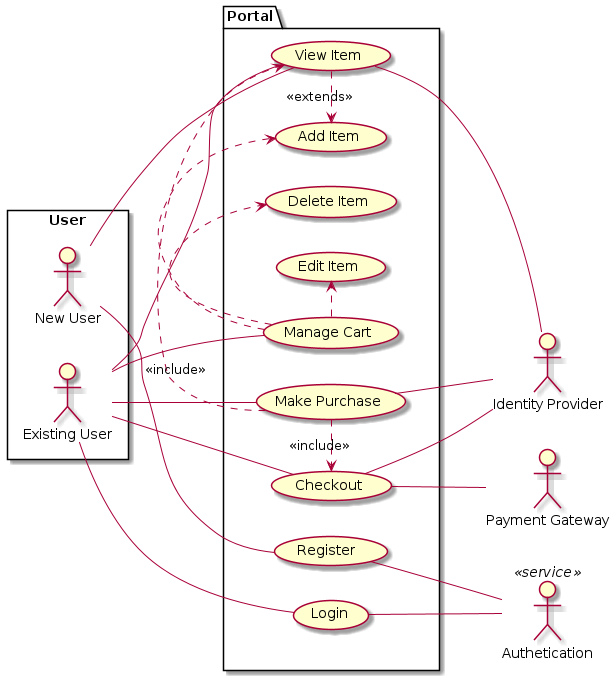
This is se-lab/lab4/img/ecommerce-use-case.png from seshaljain/semester-four, a PlantUML export, as it was before one commit. Source of this version:
```plantuml
@startuml
left to right direction

rectangle User {
        actor :New User: as newUser
        actor :Existing User: as existingUser
}

Authetication as auth << service >>
"Identity Provider" as id
"Payment Gateway" as payment

package Portal {
        together {
                usecase "Delete Item" as deleteItem
                usecase "Manage Cart" as manageCart
                usecase "Edit Item" as editItem
                usecase "Add Item" as addItem
        }


        usecase "View Item" as viewItem
        usecase "Make Purchase" as makePurchase
        usecase "Checkout" as checkout

        together {
                usecase "Login" as login
                usecase "Register " as register
        }
}

newUser -- register
newUser -- viewItem

existingUser -- viewItem
existingUser -- makePurchase
existingUser -- checkout
existingUser -- manageCart
existingUser -- login
manageCart .> deleteItem
manageCart .> editItem
manageCart .> addItem

viewItem .> addItem : << extends >>
makePurchase .> viewItem : << include >>
makePurchase .> checkout : << include >>

register -- auth
login -- auth

viewItem -- id
makePurchase -- id
checkout -- id

checkout -- payment
@enduml
```
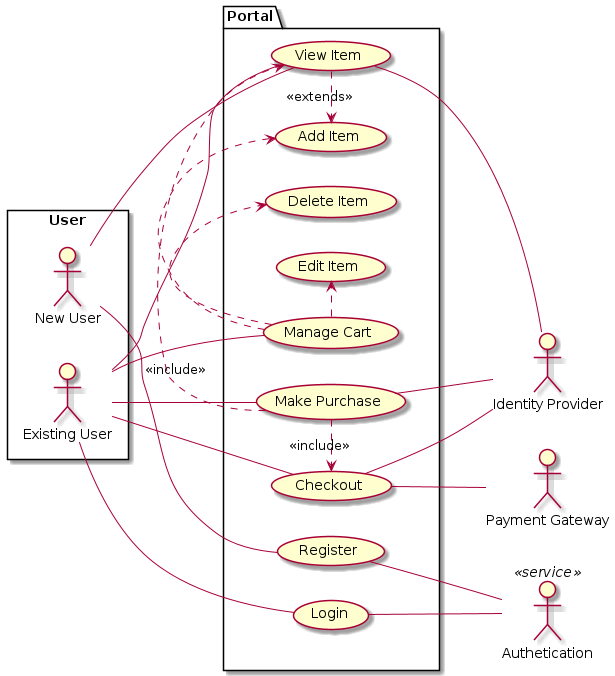
After the commit.

Diff of the diagram source:
```diff
@@ -25,7 +25,7 @@
 
         together {
                 usecase "Login" as login
-                usecase "Register " as register
+                usecase "Register" as register
         }
 }
 
```
